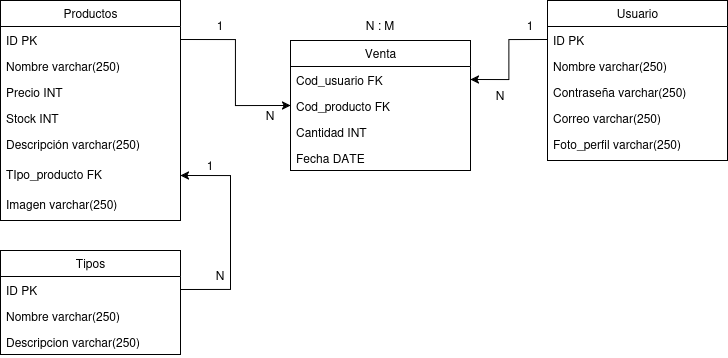
Before: backend/database/DiagramaBBDD.drawio.png, a diagram exported from draw.io (alejandroMortur/Sabor-a-Spain). Source tidied: cells renumbered, new cells last; positions are measured from the earlier drawing's top-left corner, leaving out a move shared by most shapes.
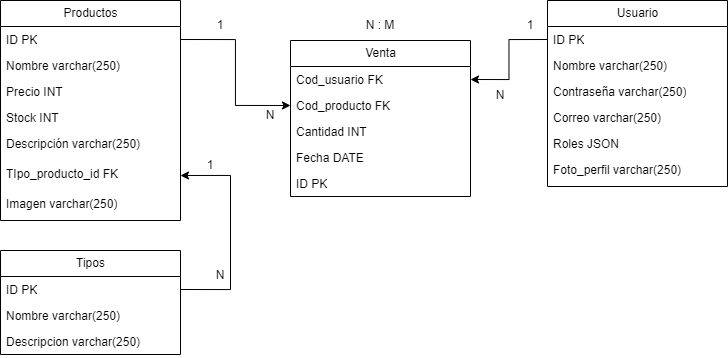
The same file after the commit.

Commit message:
BBDD structure update

Diff of the diagram source:
```diff
@@ -20,14 +20,14 @@
     <mxCell id="7" value="Descripción varchar(250)" style="text;strokeColor=none;fillColor=none;align=left;verticalAlign=top;spacingLeft=4;spacingRight=4;overflow=hidden;whiteSpace=wrap;html=1;" parent="2" vertex="1">
       <mxGeometry y="130" width="180" height="30" as="geometry" />
     </mxCell>
-    <mxCell id="8" value="TIpo_producto FK" style="text;strokeColor=none;fillColor=none;align=left;verticalAlign=top;spacingLeft=4;spacingRight=4;overflow=hidden;points=[[0,0.5],[1,0.5]];portConstraint=eastwest;whiteSpace=wrap;html=1;" parent="2" vertex="1">
+    <mxCell id="8" value="TIpo_producto_id&lt;span style=&quot;background-color: transparent; color: light-dark(rgb(0, 0, 0), rgb(255, 255, 255));&quot;&gt;&amp;nbsp;FK&lt;/span&gt;" style="text;strokeColor=none;fillColor=none;align=left;verticalAlign=top;spacingLeft=4;spacingRight=4;overflow=hidden;points=[[0,0.5],[1,0.5]];portConstraint=eastwest;whiteSpace=wrap;html=1;" parent="2" vertex="1">
       <mxGeometry y="160" width="180" height="30" as="geometry" />
     </mxCell>
     <mxCell id="9" value="Imagen varchar(250)" style="text;strokeColor=none;fillColor=none;align=left;verticalAlign=top;spacingLeft=4;spacingRight=4;overflow=hidden;whiteSpace=wrap;html=1;" parent="2" vertex="1">
       <mxGeometry y="190" width="180" height="30" as="geometry" />
     </mxCell>
     <mxCell id="10" value="Venta" style="swimlane;fontStyle=0;horizontal=1;startSize=26;fillColor=none;html=1;" parent="1" vertex="1">
-      <mxGeometry x="290" y="40" width="180" height="130" as="geometry" />
+      <mxGeometry x="290" y="40" width="180" height="156" as="geometry" />
     </mxCell>
     <mxCell id="11" value="Cod_usuario FK" style="text;strokeColor=none;fillColor=none;align=left;verticalAlign=top;spacingLeft=4;spacingRight=4;overflow=hidden;points=[[0,0.5],[1,0.5]];portConstraint=eastwest;whiteSpace=wrap;html=1;" parent="10" vertex="1">
       <mxGeometry y="26" width="180" height="26" as="geometry" />
@@ -38,11 +38,14 @@
     <mxCell id="13" value="Cantidad INT" style="text;strokeColor=none;fillColor=none;align=left;verticalAlign=top;spacingLeft=4;spacingRight=4;overflow=hidden;whiteSpace=wrap;html=1;" parent="10" vertex="1">
       <mxGeometry y="78" width="180" height="26" as="geometry" />
     </mxCell>
+    <mxCell id="35" value="Fecha DATE" style="text;strokeColor=none;fillColor=none;align=left;verticalAlign=top;spacingLeft=4;spacingRight=4;overflow=hidden;whiteSpace=wrap;html=1;" parent="10" vertex="1">
+      <mxGeometry y="104" width="180" height="26" as="geometry" />
+    </mxCell>
-    <mxCell id="14" value="Fecha DATE" style="text;strokeColor=none;fillColor=none;align=left;verticalAlign=top;spacingLeft=4;spacingRight=4;overflow=hidden;whiteSpace=wrap;html=1;" parent="10" vertex="1">
-      <mxGeometry y="104" width="180" height="26" as="geometry" />
+    <mxCell id="14" value="ID PK" style="text;strokeColor=none;fillColor=none;align=left;verticalAlign=top;spacingLeft=4;spacingRight=4;overflow=hidden;whiteSpace=wrap;html=1;" parent="10" vertex="1">
+      <mxGeometry y="130" width="180" height="26" as="geometry" />
     </mxCell>
     <mxCell id="15" value="Usuario" style="swimlane;fontStyle=0;horizontal=1;startSize=26;fillColor=none;html=1;" parent="1" vertex="1">
-      <mxGeometry x="547" width="180" height="160" as="geometry" />
+      <mxGeometry x="547" width="180" height="186" as="geometry" />
     </mxCell>
     <mxCell id="16" value="ID PK" style="text;strokeColor=none;fillColor=none;align=left;verticalAlign=top;spacingLeft=4;spacingRight=4;overflow=hidden;points=[[0,0.5],[1,0.5]];portConstraint=eastwest;whiteSpace=wrap;html=1;" parent="15" vertex="1">
       <mxGeometry y="26" width="180" height="26" as="geometry" />
@@ -56,8 +59,11 @@
     <mxCell id="19" value="Correo varchar(250)" style="text;strokeColor=none;fillColor=none;align=left;verticalAlign=top;spacingLeft=4;spacingRight=4;overflow=hidden;whiteSpace=wrap;html=1;" parent="15" vertex="1">
       <mxGeometry y="104" width="180" height="26" as="geometry" />
     </mxCell>
+    <mxCell id="36" value="Roles JSON" style="text;strokeColor=none;fillColor=none;align=left;verticalAlign=top;spacingLeft=4;spacingRight=4;overflow=hidden;whiteSpace=wrap;html=1;" parent="15" vertex="1">
+      <mxGeometry y="130" width="180" height="26" as="geometry" />
+    </mxCell>
     <mxCell id="20" value="Foto_perfil varchar(250)" style="text;strokeColor=none;fillColor=none;align=left;verticalAlign=top;spacingLeft=4;spacingRight=4;overflow=hidden;whiteSpace=wrap;html=1;" parent="15" vertex="1">
-      <mxGeometry y="130" width="180" height="30" as="geometry" />
+      <mxGeometry y="156" width="180" height="30" as="geometry" />
     </mxCell>
     <mxCell id="21" value="Tipos" style="swimlane;fontStyle=0;horizontal=1;startSize=26;fillColor=none;html=1;" parent="1" vertex="1">
       <mxGeometry y="250" width="180" height="104" as="geometry" />
```
